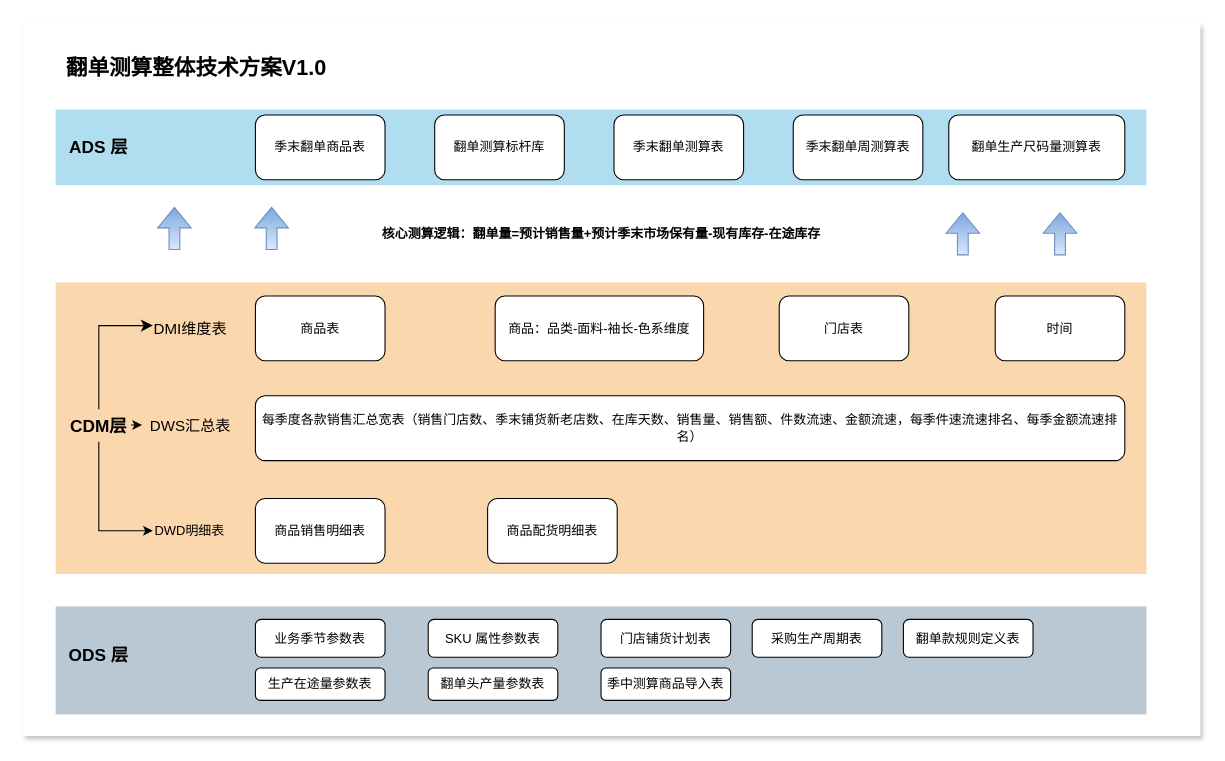
leonhard1Q84/leonhard1Q84.github.io keeps this draw.io diagram as 数仓开发架构.drawio. Above is the earlier version. Source tidied: cells renumbered, new cells numbered last; positions are measured from the earlier drawing's top-left corner, leaving out a move shared by most shapes. Both pictures are drawn from the tidied source at 108%, with x=0, y=0 at pixel (23, 23).
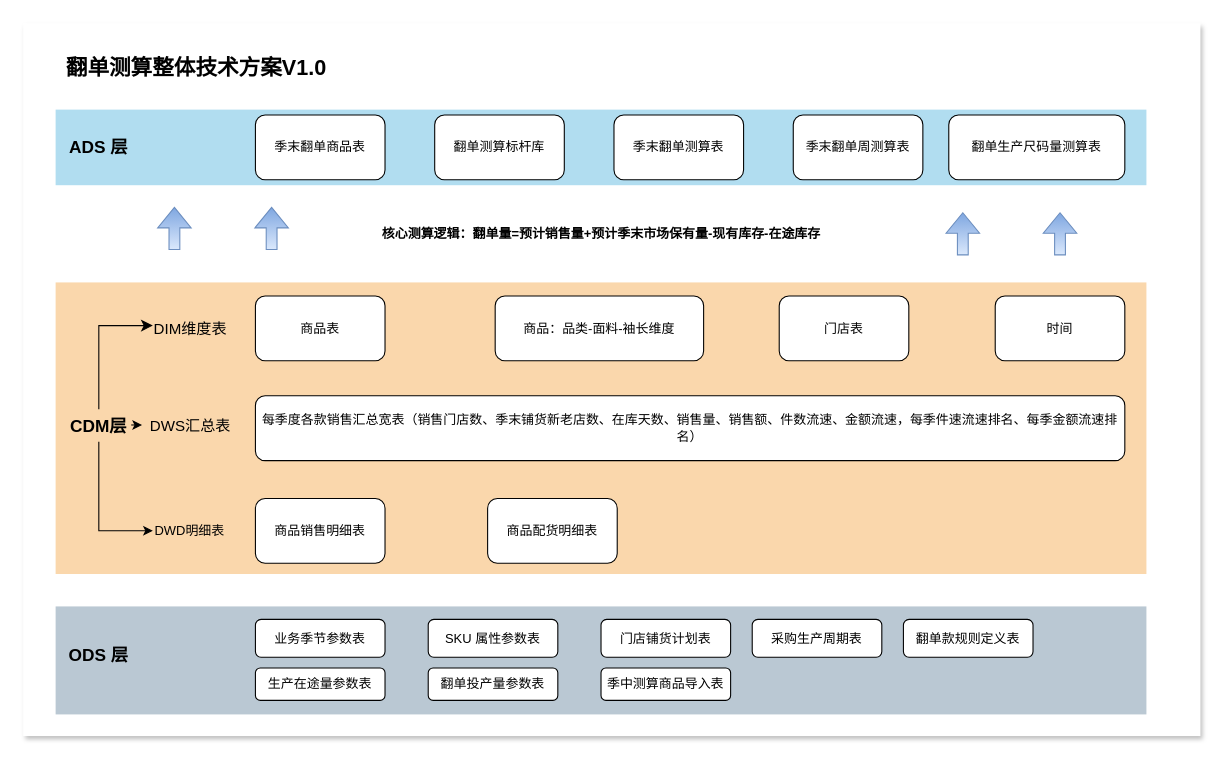
The same page after the edit.

Commit message:
更新数仓开发架构.drawio

Change to the diagram source:
```diff
@@
-    <mxCell id="12" value="DMI维度表" style="text;html=1;align=center;verticalAlign=middle;whiteSpace=wrap;rounded=0;fontSize=14;fontStyle=0;" parent="1" vertex="1">
+    <mxCell id="12" value="DIM维度表" style="text;html=1;align=center;verticalAlign=middle;whiteSpace=wrap;rounded=0;fontSize=14;fontStyle=0;" parent="1" vertex="1">
       <mxGeometry x="120" y="267.5" width="70" height="30" as="geometry" />
     </mxCell>
@@
-    <mxCell id="14" value="商品：品类-面料-袖长-色系维度" style="rounded=1;whiteSpace=wrap;html=1;flipH=0;" parent="1" vertex="1">
+    <mxCell id="14" value="商品：品类-面料-袖长维度" style="rounded=1;whiteSpace=wrap;html=1;flipH=0;" parent="1" vertex="1">
       <mxGeometry x="437" y="252.5" width="193" height="60" as="geometry" />
     </mxCell>
@@
-    <mxCell id="29" value="翻单头产量参数表" style="rounded=1;whiteSpace=wrap;html=1;" parent="1" vertex="1">
+    <mxCell id="29" value="翻单投产量参数表" style="rounded=1;whiteSpace=wrap;html=1;" parent="1" vertex="1">
       <mxGeometry x="375" y="597" width="120" height="30" as="geometry" />
     </mxCell>
```
